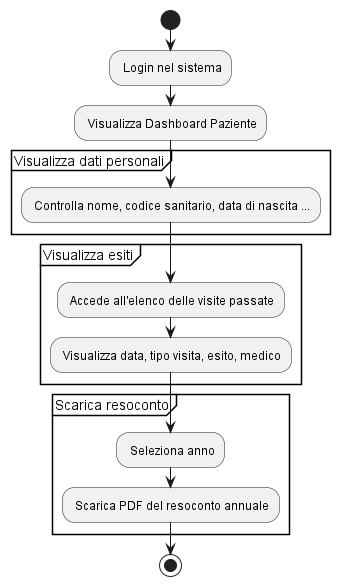
Earlier version of the PlantUML export Latex/diagrammi_uml/diagramma_attivita_paziente.png (Taniyakaur/KMBhealthcenter).
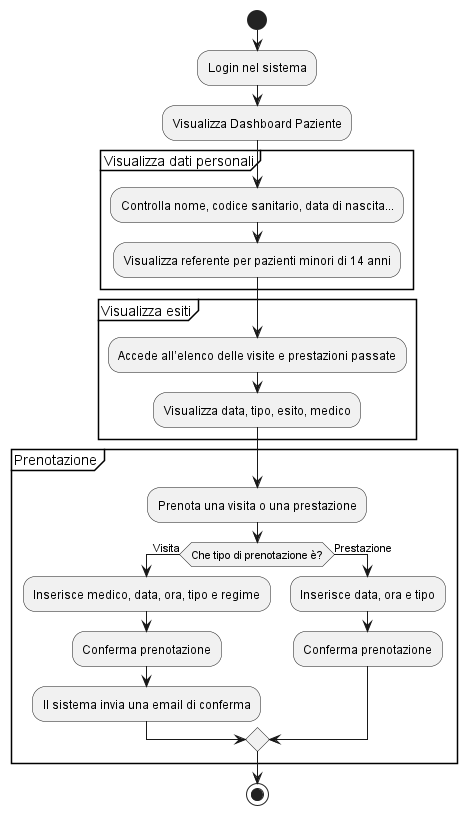
After the change.

What changed in the source:
```diff
@@ -1,21 +1,32 @@
 @startuml
-| Paziente |
+|Paziente|
+
 start
-    : Login nel sistema;
-    : Visualizza Dashboard Paziente;
 
-    partition "Visualizza dati personali" {
-        : Controlla nome, codice sanitario, data di nascita ...;
-    }
+:Login nel sistema;
+:Visualizza Dashboard Paziente;
 
-    partition "Visualizza esiti" {
-        : Accede all'elenco delle visite passate;
-        : Visualizza data, tipo visita, esito, medico;
-    }
+partition "Visualizza dati personali" {
+    :Controlla nome, codice sanitario, data di nascita...;
+    :Visualizza referente per pazienti minori di 14 anni;
+}
 
-    partition "Scarica resoconto" {
-        : Seleziona anno;
-        : Scarica PDF del resoconto annuale;
-    }
+partition "Visualizza esiti" {
+    :Accede all’elenco delle visite e prestazioni passate;
+    :Visualizza data, tipo, esito, medico;
+}
+
+partition "Prenotazione" {
+    :Prenota una visita o una prestazione;
+    if (Che tipo di prenotazione è?) then (Visita)
+        :Inserisce medico, data, ora, tipo e regime;
+        :Conferma prenotazione;
+        :Il sistema invia una email di conferma;
+    else (Prestazione)
+        :Inserisce data, ora e tipo;
+        :Conferma prenotazione;
+    endif
+}
+
 stop
 @enduml
```
